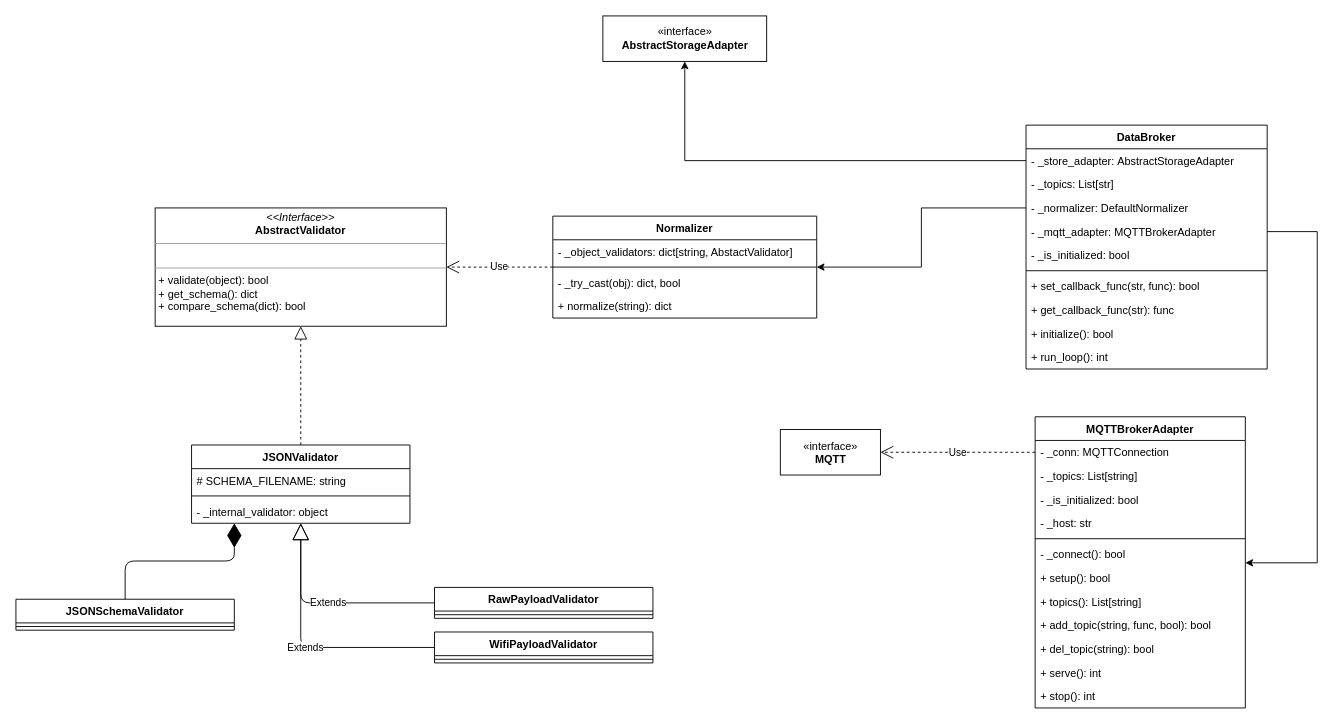
This is page "processing_subsystem" (1 of 4) of docs/schemes/classes/ClassDiagram.drawio from Kirkirillka/GPS_Tracker, a draw.io file, before an edit. Source tidied: cells renumbered, new cells numbered last; positions are measured from the earlier drawing's top-left corner, leaving out a move shared by most shapes. Both pictures are drawn from the tidied source at 91%, with x=0, y=0 at pixel (15, 15).
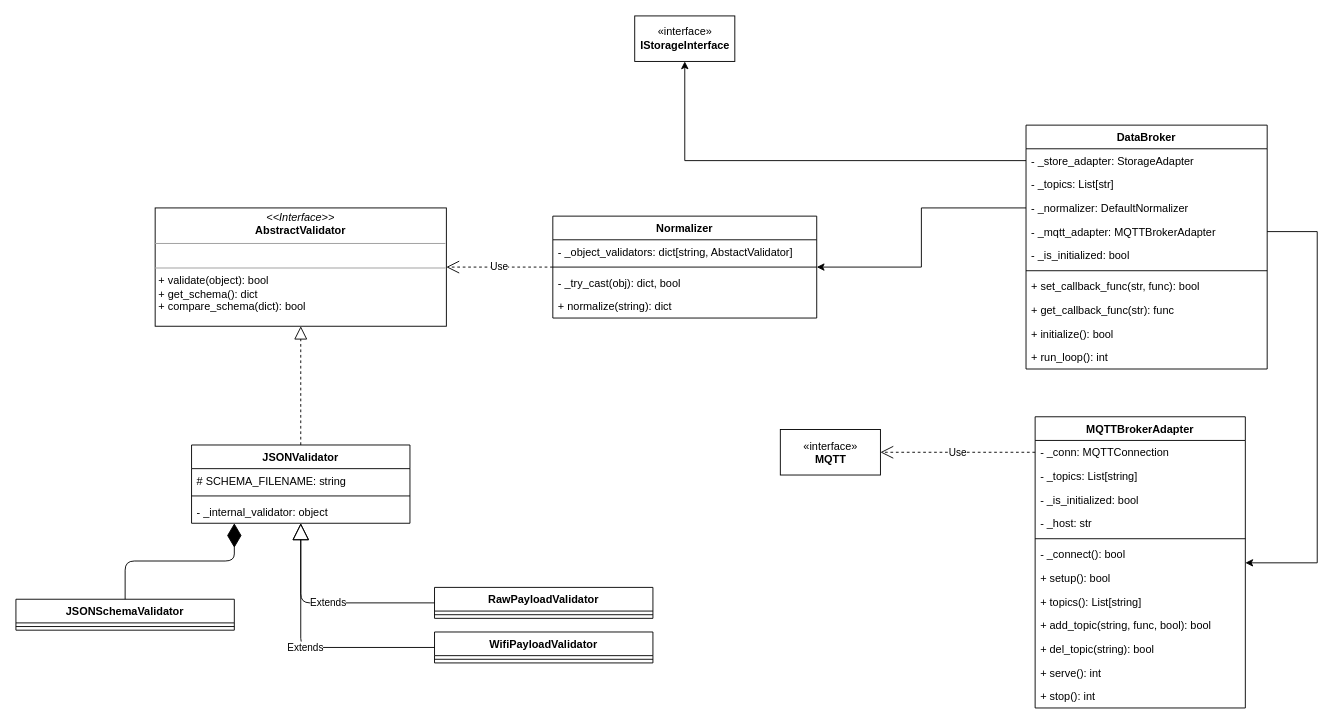
Above is the later version.

The change refers to these unchanged cells:
```xml
<mxCell id="2" value="DataBroker" style="swimlane;fontStyle=1;align=center;verticalAlign=top;horizontal=1;startSize=26;" parent="1" vertex="1">
  <mxGeometry x="1110" y="120" width="265" height="268" as="geometry" />
</mxCell>
```

The edit, as a diff of the source:
```diff
@@
-    <mxCell id="3" value="- _store_adapter: AbstractStorageAdapter" style="text;strokeColor=none;fillColor=none;align=left;verticalAlign=top;spacingLeft=4;spacingRight=4;overflow=hidden;points=[[0,0.5],[1,0.5]];portConstraint=eastwest;" parent="2" vertex="1">
+    <mxCell id="3" value="- _store_adapter: StorageAdapter" style="text;strokeColor=none;fillColor=none;align=left;verticalAlign=top;spacingLeft=4;spacingRight=4;overflow=hidden;points=[[0,0.5],[1,0.5]];portConstraint=eastwest;" parent="2" vertex="1">
       <mxGeometry y="26" width="265" height="26" as="geometry" />
     </mxCell>
@@
-    <mxCell id="44" value="«interface»&lt;br&gt;&lt;b&gt;AbstractStorageAdapter&lt;/b&gt;&lt;br&gt;" style="html=1;" parent="1" vertex="1">
-      <mxGeometry x="645" width="180" height="50" as="geometry" />
+    <mxCell id="44" value="«interface»&lt;br&gt;&lt;b&gt;IStorageInterface&lt;/b&gt;" style="html=1;" parent="1" vertex="1">
+      <mxGeometry x="680" width="110" height="50" as="geometry" />
     </mxCell>
```
